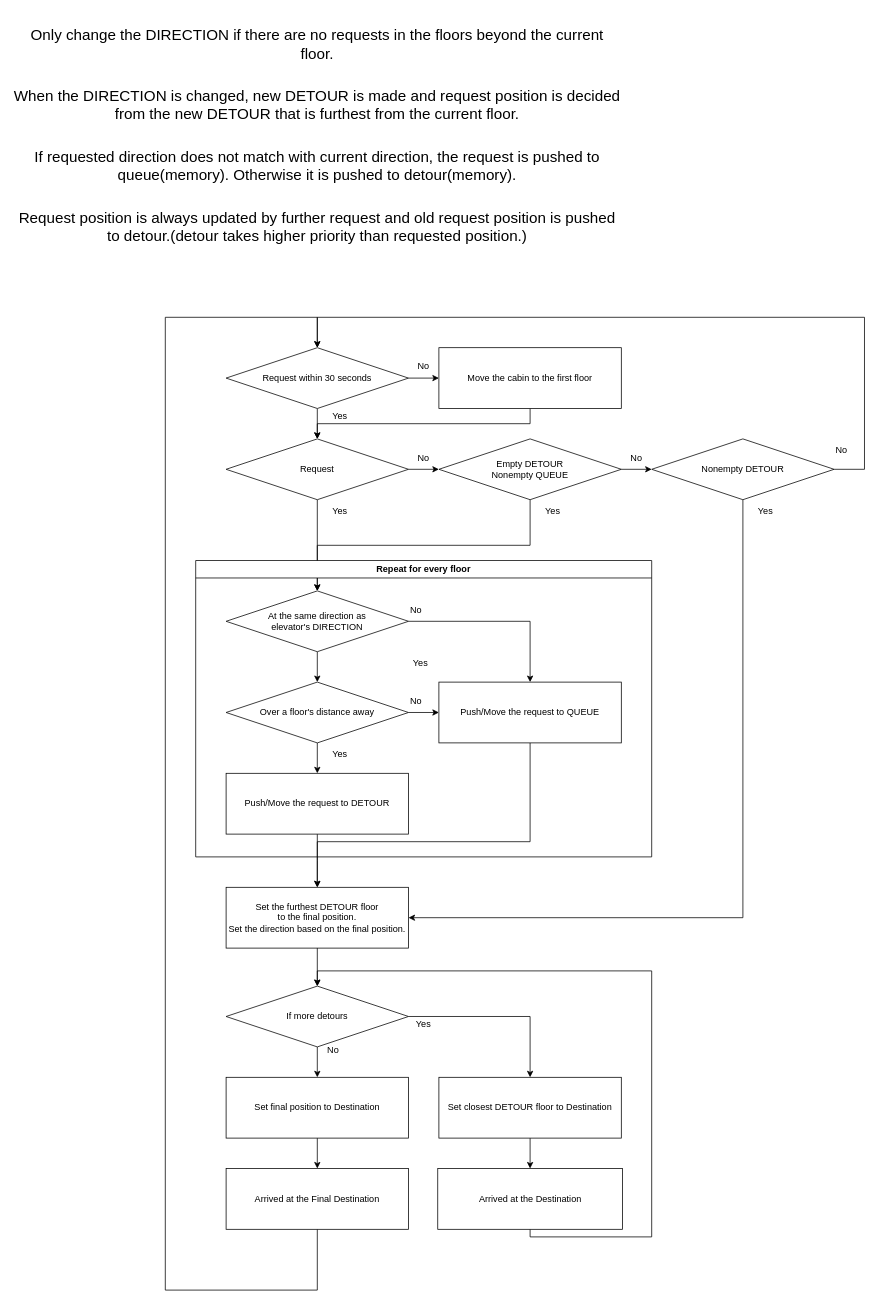
Above: Algorithm.drawio in lkw56/Elevator (draw.io), before the change. Source tidied: cells renumbered, new cells numbered last; positions are measured from the earlier drawing's top-left corner, leaving out a move shared by most shapes. Both pictures are drawn from the tidied source at 76%, with x=0, y=0 at pixel (13, 13).
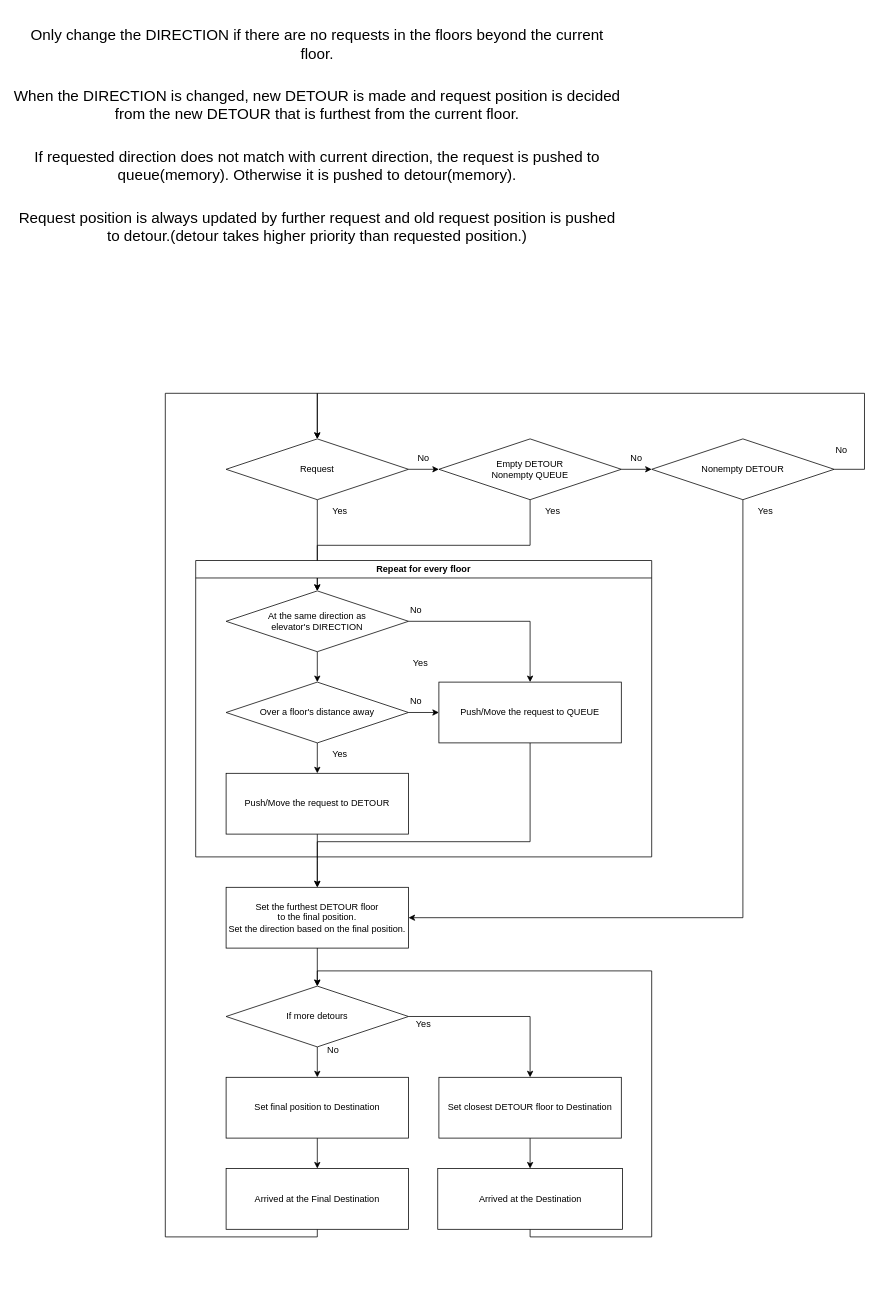
The same page after the edit.

The change refers to these unchanged cells:
```xml
<mxCell id="9" value="Request" style="rhombus;whiteSpace=wrap;html=1;" parent="1" vertex="1">
  <mxGeometry x="280" y="560" width="240" height="80" as="geometry" />
</mxCell>
<mxCell id="27" value="Nonempty DETOUR" style="rhombus;whiteSpace=wrap;html=1;" parent="1" vertex="1">
  <mxGeometry x="840" y="560" width="240" height="80" as="geometry" />
</mxCell>
<mxCell id="55" value="Arrived at the Final Destination" style="rounded=0;whiteSpace=wrap;html=1;" parent="1" vertex="1">
  <mxGeometry x="280" y="1520" width="240" height="80" as="geometry" />
</mxCell>
```

Change to the diagram source:
```diff
@@
-    <mxCell id="6" style="edgeStyle=orthogonalEdgeStyle;rounded=0;jettySize=auto;html=1;exitX=0.5;exitY=1;exitDx=0;exitDy=0;entryX=0.5;entryY=0;entryDx=0;entryDy=0;" parent="1" edge="1" source="55" target="35">
+    <mxCell id="6" style="edgeStyle=orthogonalEdgeStyle;rounded=0;jettySize=auto;html=1;exitX=0.5;exitY=1;exitDx=0;exitDy=0;" parent="1" edge="1" source="55">
       <mxGeometry relative="1" as="geometry">
+        <mxPoint x="400" y="560" as="targetPoint" />
         <Array as="points">
-          <mxPoint x="400" y="1680" />
-          <mxPoint x="200" y="1680" />
-          <mxPoint x="200" y="400" />
-          <mxPoint x="400" y="400" />
+          <mxPoint x="400" y="1610" />
+          <mxPoint x="200" y="1610" />
+          <mxPoint x="200" y="500" />
+          <mxPoint x="400" y="500" />
         </Array>
       </mxGeometry>
     </mxCell>
@@
-    <mxCell id="25" style="edgeStyle=orthogonalEdgeStyle;rounded=0;jettySize=auto;html=1;exitX=1;exitY=0.5;exitDx=0;exitDy=0;entryX=0.5;entryY=0;entryDx=0;entryDy=0;" parent="1" edge="1" source="27" target="35">
+    <mxCell id="25" style="edgeStyle=orthogonalEdgeStyle;rounded=0;jettySize=auto;html=1;exitX=1;exitY=0.5;exitDx=0;exitDy=0;entryX=0.5;entryY=0;entryDx=0;entryDy=0;" parent="1" edge="1" source="27" target="9">
       <mxGeometry relative="1" as="geometry">
         <Array as="points">
           <mxPoint x="1120" y="600" />
-          <mxPoint x="1120" y="400" />
-          <mxPoint x="400" y="400" />
+          <mxPoint x="1120" y="500" />
+          <mxPoint x="400" y="500" />
         </Array>
       </mxGeometry>
     </mxCell>
@@
-    <mxCell id="31" style="edgeStyle=orthogonalEdgeStyle;rounded=0;jettySize=auto;html=1;exitX=0.5;exitY=1;exitDx=0;exitDy=0;entryX=0.5;entryY=0;entryDx=0;entryDy=0;" parent="1" edge="1" source="32" target="9">
-      <mxGeometry relative="1" as="geometry" />
-    </mxCell>
-    <mxCell id="32" value="Move the cabin to the first floor" style="rounded=0;whiteSpace=wrap;html=1;" parent="1" vertex="1">
-      <mxGeometry x="560" y="440" width="240" height="80" as="geometry" />
-    </mxCell>
-    <mxCell id="33" style="edgeStyle=orthogonalEdgeStyle;rounded=0;jettySize=auto;html=1;exitX=0.5;exitY=1;exitDx=0;exitDy=0;entryX=0.5;entryY=0;entryDx=0;entryDy=0;" parent="1" edge="1" source="35" target="9">
-      <mxGeometry relative="1" as="geometry" />
-    </mxCell>
-    <mxCell id="34" style="edgeStyle=orthogonalEdgeStyle;rounded=0;jettySize=auto;html=1;exitX=1;exitY=0.5;exitDx=0;exitDy=0;entryX=0;entryY=0.5;entryDx=0;entryDy=0;" parent="1" edge="1" source="35" target="32">
-      <mxGeometry relative="1" as="geometry" />
-    </mxCell>
-    <mxCell id="35" value="Request within 30 seconds" style="rhombus;whiteSpace=wrap;html=1;" parent="1" vertex="1">
-      <mxGeometry x="280" y="440" width="240" height="80" as="geometry" />
-    </mxCell>
@@
-    <mxCell id="39" value="No" style="text;html=1;strokeColor=none;fillColor=none;align=center;verticalAlign=middle;whiteSpace=wrap;rounded=0;" parent="1" vertex="1">
-      <mxGeometry x="510" y="450" width="60" height="30" as="geometry" />
-    </mxCell>
-    <mxCell id="40" value="Yes" style="text;html=1;strokeColor=none;fillColor=none;align=center;verticalAlign=middle;whiteSpace=wrap;rounded=0;" parent="1" vertex="1">
-      <mxGeometry x="400" y="515" width="60" height="30" as="geometry" />
-    </mxCell>
```
